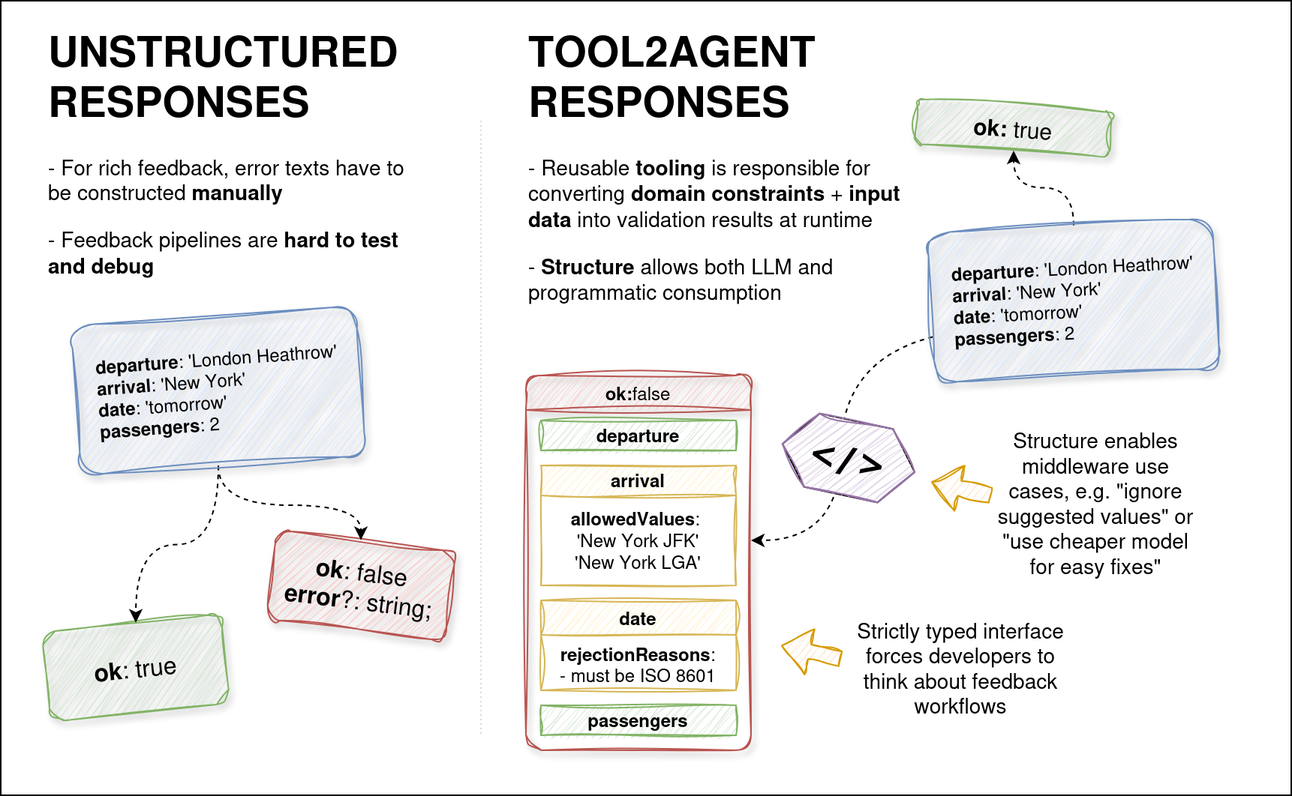
The draw.io diagram img/slide-1.png in promptware/tool2agent, before a commit. Source tidied: cells renumbered, new cells last; positions are measured from the earlier drawing's top-left corner, leaving out a move shared by most shapes.
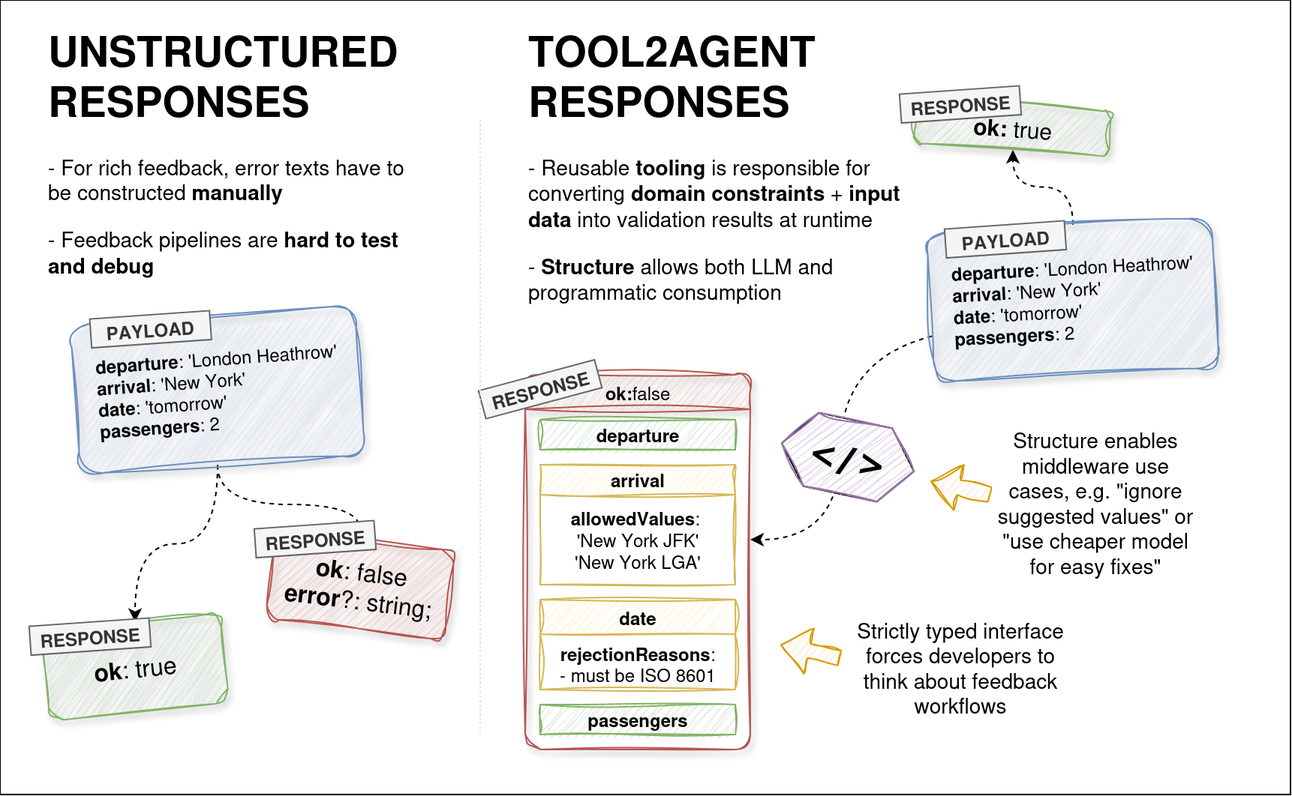
Later version of the same file.

Commit message:
Improve slide image

Change to the diagram source:
```diff
@@ -44,6 +44,9 @@
     <mxCell id="15" value="passengers" style="swimlane;whiteSpace=wrap;html=1;sketch=1;curveFitting=1;jiggle=2;fillColor=#d5e8d4;strokeColor=#82b366;rotation=0;" parent="9" vertex="1" collapsed="1">
       <mxGeometry x="10" y="220" width="130" height="20" as="geometry" />
     </mxCell>
+    <mxCell id="28" value="&lt;b&gt;RESPONSE&lt;/b&gt;" style="text;html=1;whiteSpace=wrap;align=center;verticalAlign=middle;rounded=0;fillColor=#f5f5f5;strokeColor=#666666;rotation=-15;fontColor=#333333;" parent="9" vertex="1">
+      <mxGeometry x="-30" width="80" height="19.3" as="geometry" />
+    </mxCell>
     <mxCell id="16" style="edgeStyle=orthogonalEdgeStyle;rounded=0;jettySize=auto;html=1;curved=1;dashed=1;" parent="1" edge="1" source="27">
       <mxGeometry relative="1" as="geometry">
         <mxPoint x="500" y="360" as="targetPoint" />
@@ -95,5 +98,20 @@
     <mxCell id="27" value="&lt;div&gt;&lt;b&gt;departure&lt;/b&gt;: 'London&amp;nbsp;&lt;span class=&quot;_97w2Z3njlMm7Og_zyqu4&quot;&gt;Heathrow&lt;/span&gt;'&lt;/div&gt;&lt;div&gt;&lt;b&gt;arrival&lt;/b&gt;: 'New York'&lt;/div&gt;&lt;div&gt;&lt;b&gt;date&lt;/b&gt;: 'tomorrow'&lt;/div&gt;&lt;div&gt;&lt;b&gt;passengers&lt;/b&gt;: 2&lt;/div&gt;" style="rounded=1;whiteSpace=wrap;html=1;fillColor=#dae8fc;strokeColor=#6c8ebf;sketch=1;curveFitting=1;jiggle=2;fontFamily=Helvetica;shadow=1;align=left;spacingLeft=13;rotation=357;" parent="1" vertex="1">
       <mxGeometry x="620" y="150" width="190" height="100" as="geometry" />
     </mxCell>
+    <mxCell id="29" value="&lt;b&gt;PAYLOAD&lt;/b&gt;" style="text;html=1;whiteSpace=wrap;align=center;verticalAlign=middle;rounded=0;fillColor=#f5f5f5;fontColor=#333333;strokeColor=#666666;rotation=356;" parent="1" vertex="1">
+      <mxGeometry x="60.3" y="210" width="80" height="19.3" as="geometry" />
+    </mxCell>
+    <mxCell id="30" value="&lt;b&gt;PAYLOAD&lt;/b&gt;" style="text;html=1;whiteSpace=wrap;align=center;verticalAlign=middle;rounded=0;fillColor=#f5f5f5;strokeColor=#666666;rotation=356;fontColor=#333333;" parent="1" vertex="1">
+      <mxGeometry x="630" y="150" width="80" height="19.3" as="geometry" />
+    </mxCell>
+    <mxCell id="31" value="&lt;b&gt;RESPONSE&lt;/b&gt;" style="text;html=1;whiteSpace=wrap;align=center;verticalAlign=middle;rounded=0;fillColor=#f5f5f5;strokeColor=#666666;rotation=356;fontColor=#333333;" parent="1" vertex="1">
+      <mxGeometry x="170" y="350" width="80" height="19.3" as="geometry" />
+    </mxCell>
+    <mxCell id="32" value="&lt;b&gt;RESPONSE&lt;/b&gt;" style="text;html=1;whiteSpace=wrap;align=center;verticalAlign=middle;rounded=0;fillColor=#f5f5f5;strokeColor=#666666;rotation=356;fontColor=#333333;" parent="1" vertex="1">
+      <mxGeometry x="600" y="60" width="80" height="19.3" as="geometry" />
+    </mxCell>
+    <mxCell id="33" value="&lt;b&gt;RESPONSE&lt;/b&gt;" style="text;html=1;whiteSpace=wrap;align=center;verticalAlign=middle;rounded=0;fillColor=#f5f5f5;strokeColor=#666666;rotation=356;fontColor=#333333;" parent="1" vertex="1">
+      <mxGeometry x="20" y="415" width="80" height="19.3" as="geometry" />
+    </mxCell>
   </root>
 </mxGraphModel>
```
